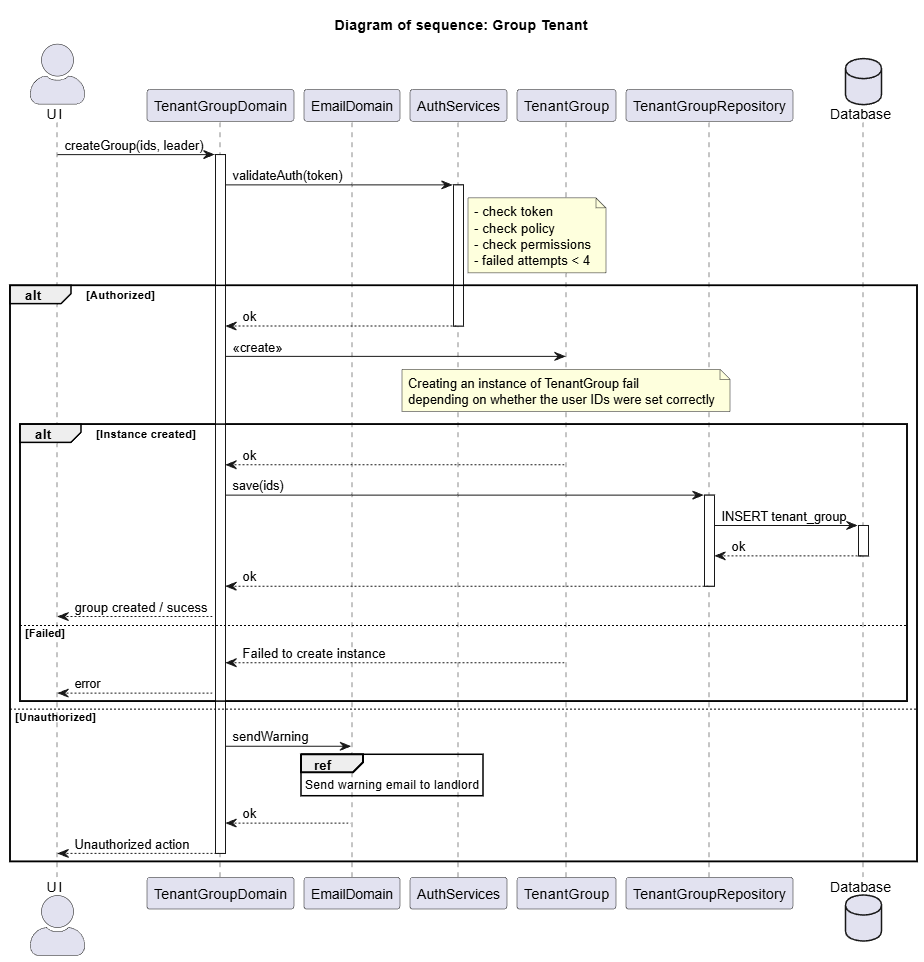
The PlantUML diagram modeling/tenants/sequences/images/group.png in SprigganTwelve/immo-flow, before a commit. Its source is kept beside it as modeling/tenants/sequences/group.puml. The source it was exported from:
```plantuml
@startuml

title "Diagram of sequence: Group Tenant "

skinparam actorStyle awesome
actor "U I" as UI

participant "TenantGroupDomain" as Domain
participant "EmailDomain"  as EmailDomain

participant "AuthServices" as  Auth
participant "TenantGroup"  as  Group
participant "TenantGroupRepository" as Repo
database "Database" as DB


UI     -> Domain:  createGroup(ids, leader)
activate  Domain
Domain -> Auth : validateAuth(token)


activate Auth
note right of Auth
  - check token
  - check policy
  - check permissions
  - failed attempts < 4
end note





alt Authorized
    Auth   -->  Domain : ok
    deactivate Auth

    Domain ->  Group  : <<create>>
    note over Group
        Creating an instance of TenantGroup fail
        depending on whether the user IDs were set correctly
    end note

    alt Instance created
        Group --> Domain  : ok

        Domain -> Repo : save(ids)
        activate Repo

        Repo -> DB:  INSERT tenant_group
        activate DB
        DB --> Repo: ok
        deactivate DB

        Repo --> Domain: ok
        deactivate Repo
        Domain --> UI: group created / sucess

        else  Failed
            Group  --> Domain: Failed to create instance
            Domain --> UI :  error
    end


    else Unauthorized

        Domain -> EmailDomain : sendWarning

        ref over EmailDomain
            Send warning email  to landlord
        end ref

        EmailDomain --> Domain: ok
        Domain --> UI : Unauthorized action
        deactivate Domain
end



@enduml
```
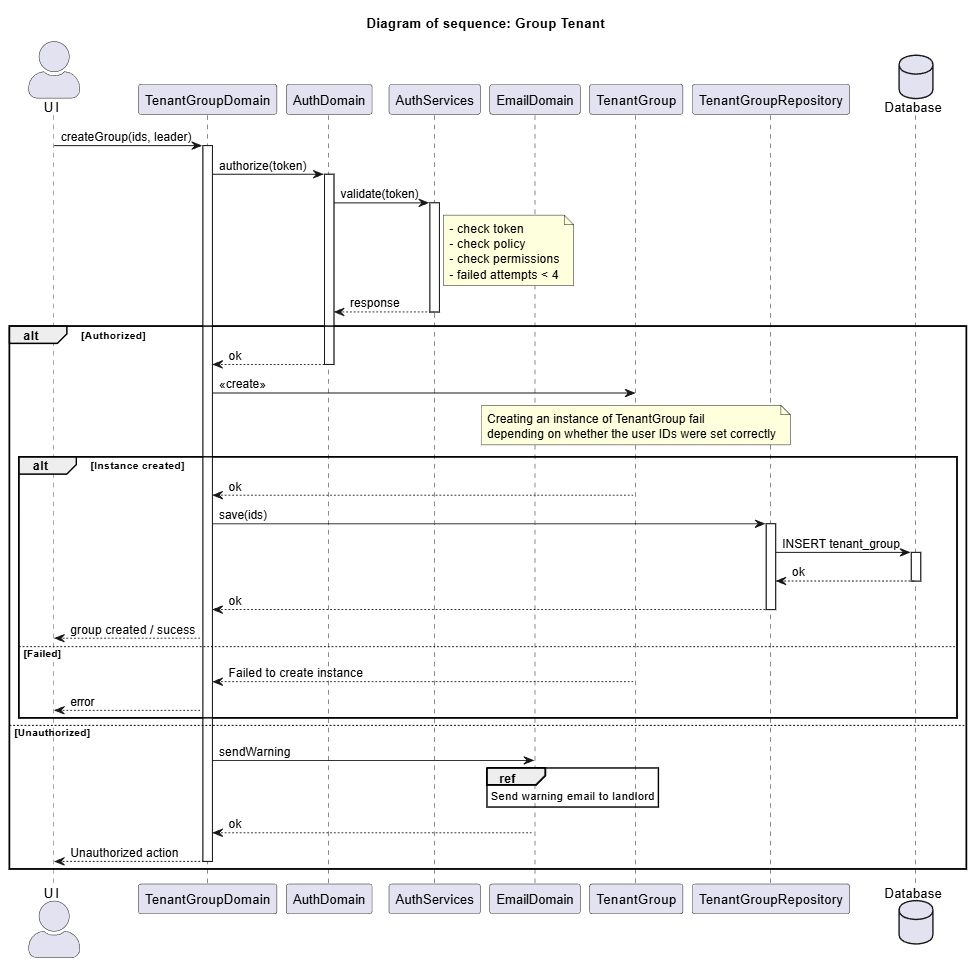
Later version of the same file.

Diff of the diagram source:
```diff
@@ -6,9 +6,10 @@
 actor "U I" as UI
 
 participant "TenantGroupDomain" as Domain
+
+participant "AuthDomain" as  AuthDomain
+participant "AuthServices" as  Auth
 participant "EmailDomain"  as EmailDomain
-
-participant "AuthServices" as  Auth
 participant "TenantGroup"  as  Group
 participant "TenantGroupRepository" as Repo
 database "Database" as DB
@@ -16,8 +17,11 @@
 
 UI     -> Domain:  createGroup(ids, leader)
 activate  Domain
-Domain -> Auth : validateAuth(token)
 
+Domain -> AuthDomain : authorize(token)
+activate AuthDomain
+
+AuthDomain -> Auth : validate(token)
 
 activate Auth
 note right of Auth
@@ -27,13 +31,13 @@
   - failed attempts < 4
 end note
 
-
-
+Auth --> AuthDomain : response
+deactivate Auth
 
 
 alt Authorized
-    Auth   -->  Domain : ok
-    deactivate Auth
+    AuthDomain   -->  Domain : ok
+    deactivate AuthDomain
 
     Domain ->  Group  : <<create>>
     note over Group
```
